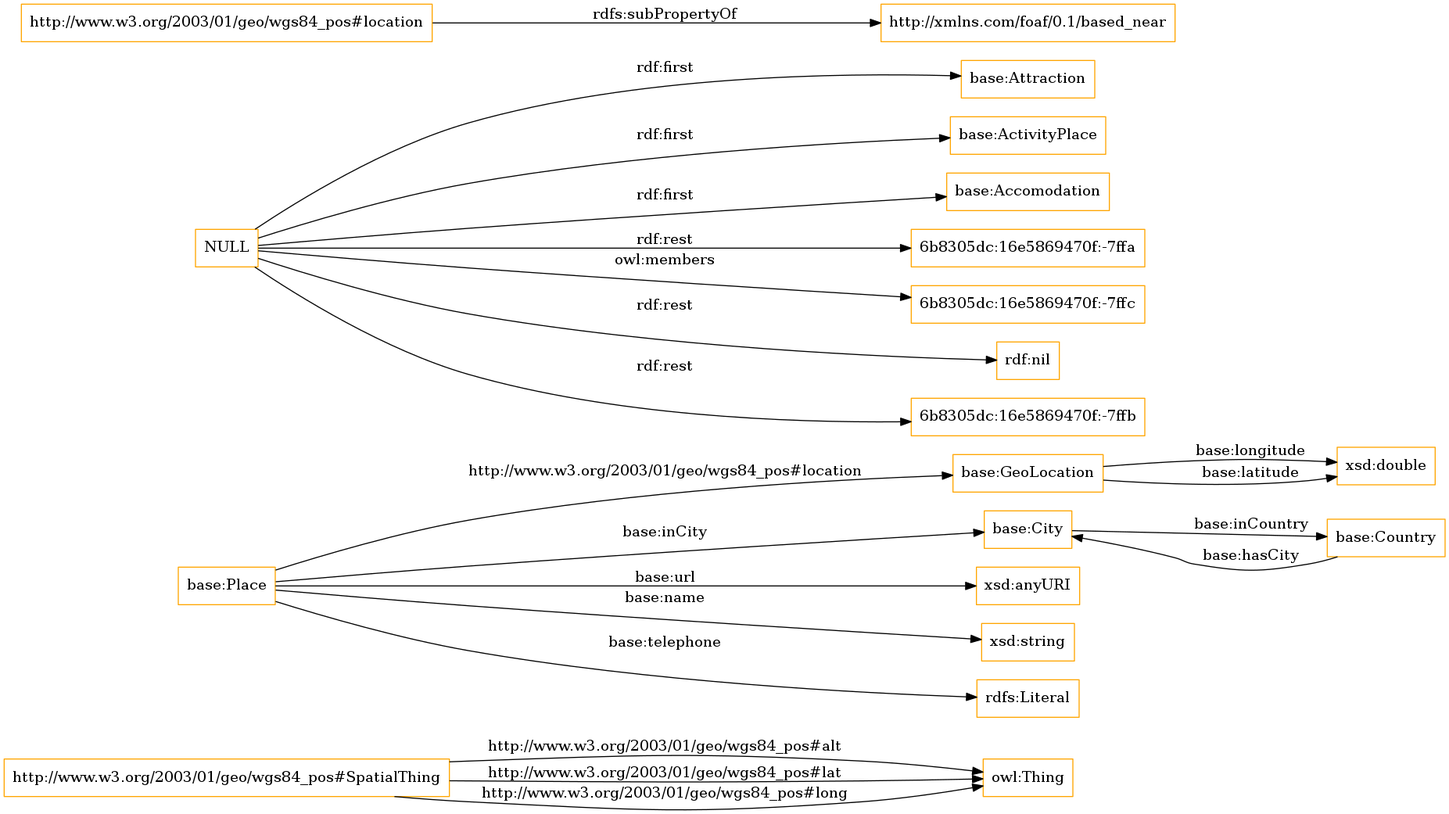
Before: OnToology/tourism.owl/diagrams/ar2dtool-class/tourism.owl.png, a diagram exported from Graphviz (abhinav290/ontology). Its source is kept beside it as OnToology/tourism.owl/diagrams/ar2dtool-class/tourism.owl.png.dot.
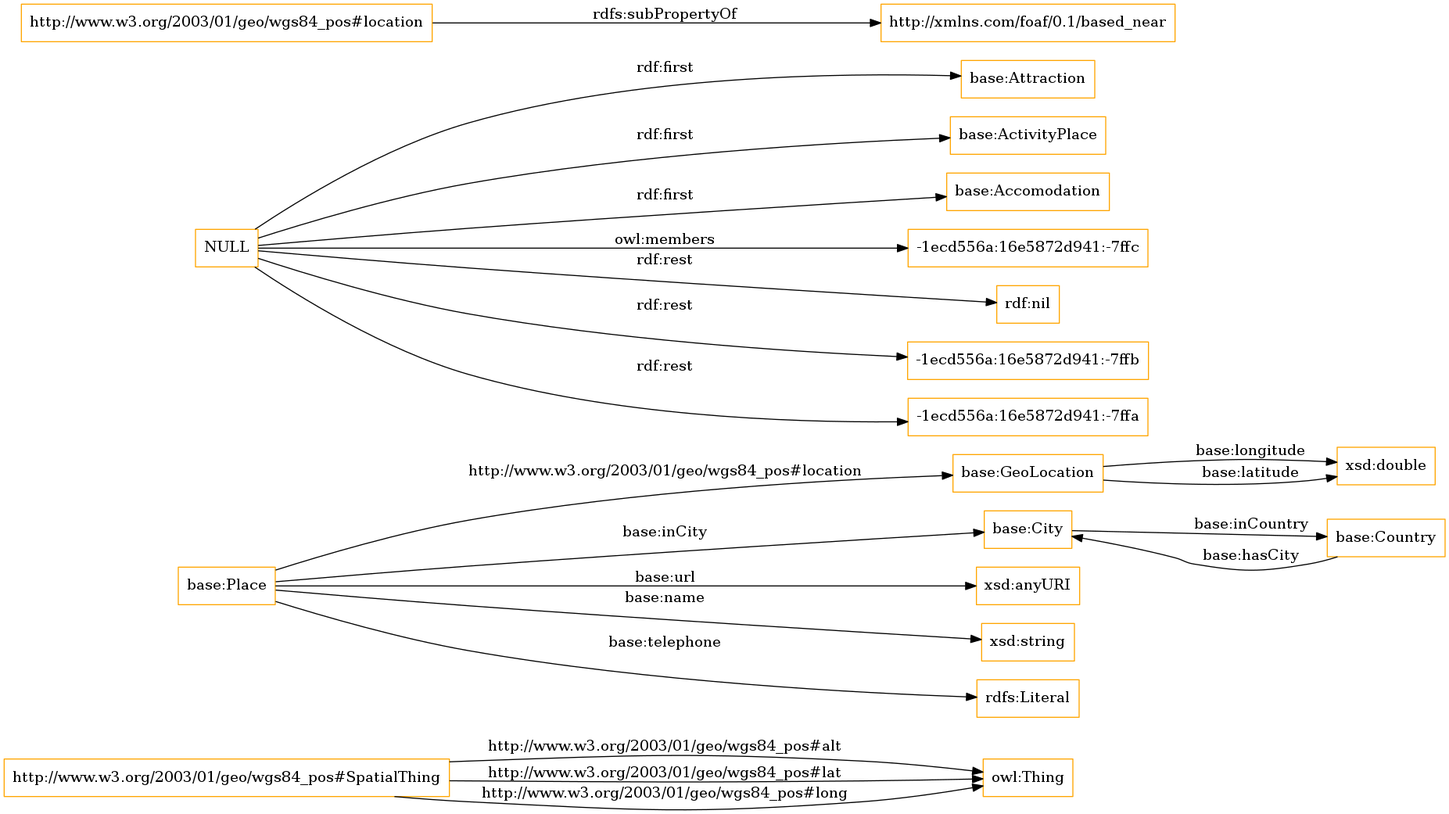
The same diagram one commit later.

Change to the diagram source:
```diff
@@ -3,13 +3,13 @@
 size="1501"
 node [shape = rectangle, color="orange"]; "http://www.w3.org/2003/01/geo/wgs84_pos#SpatialThing" "base:Place" "base:GeoLocation" "base:Country" "base:City" "base:Attraction" "base:ActivityPlace" "base:Accomodation" ; /*classes style*/
 	"http://www.w3.org/2003/01/geo/wgs84_pos#location" -> "http://xmlns.com/foaf/0.1/based_near" [ label = "rdfs:subPropertyOf" ];
-	"NULL" -> "6b8305dc:16e5869470f:-7ffa" [ label = "rdf:rest" ];
-	"NULL" -> "base:ActivityPlace" [ label = "rdf:first" ];
-	"NULL" -> "6b8305dc:16e5869470f:-7ffc" [ label = "owl:members" ];
+	"NULL" -> "-1ecd556a:16e5872d941:-7ffc" [ label = "owl:members" ];
 	"NULL" -> "rdf:nil" [ label = "rdf:rest" ];
 	"NULL" -> "base:Attraction" [ label = "rdf:first" ];
-	"NULL" -> "6b8305dc:16e5869470f:-7ffb" [ label = "rdf:rest" ];
+	"NULL" -> "-1ecd556a:16e5872d941:-7ffb" [ label = "rdf:rest" ];
 	"NULL" -> "base:Accomodation" [ label = "rdf:first" ];
+	"NULL" -> "-1ecd556a:16e5872d941:-7ffa" [ label = "rdf:rest" ];
+	"NULL" -> "base:ActivityPlace" [ label = "rdf:first" ];
 	"base:Place" -> "xsd:anyURI" [ label = "base:url" ];
 	"http://www.w3.org/2003/01/geo/wgs84_pos#SpatialThing" -> "owl:Thing" [ label = "http://www.w3.org/2003/01/geo/wgs84_pos#alt" ];
 	"base:Country" -> "base:City" [ label = "base:hasCity" ];
```
